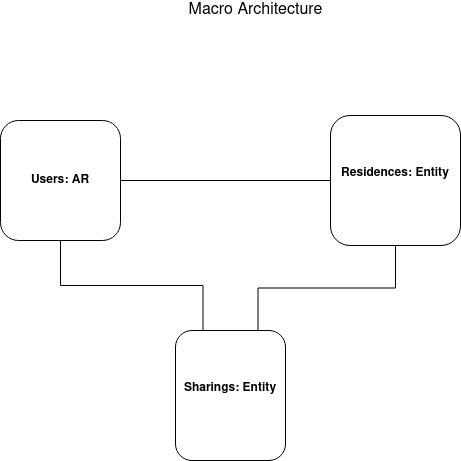
Above: macro-architecture.png in PW-IDP/pw-backend (draw.io), before the change. Source tidied: cells renumbered, new cells last; positions are measured from the earlier drawing's top-left corner, leaving out a move shared by most shapes. Its diagram source:
```xml
<mxGraphModel>
  <root>
    <mxCell id="0" />
    <mxCell id="1" parent="0" />
    <mxCell id="2" style="edgeStyle=orthogonalEdgeStyle;rounded=0;jettySize=auto;html=1;exitX=0.5;exitY=1;exitDx=0;exitDy=0;entryX=0.25;entryY=0;entryDx=0;entryDy=0;endArrow=none;endFill=0;startArrow=none;startFill=0;" parent="1" edge="1" source="4" target="7">
      <mxGeometry relative="1" as="geometry" />
    </mxCell>
    <mxCell id="3" style="edgeStyle=orthogonalEdgeStyle;rounded=0;jettySize=auto;html=1;exitX=1;exitY=0.5;exitDx=0;exitDy=0;entryX=0;entryY=0.5;entryDx=0;entryDy=0;fontColor=#3333FF;startArrow=none;startFill=0;endArrow=none;endFill=0;" parent="1" edge="1" source="4" target="6">
      <mxGeometry relative="1" as="geometry" />
    </mxCell>
    <mxCell id="4" value="&lt;b&gt;Users: AR&lt;/b&gt;&lt;br&gt;" style="rounded=1;whiteSpace=wrap;html=1;" parent="1" vertex="1">
      <mxGeometry y="120" width="120" height="120" as="geometry" />
    </mxCell>
    <mxCell id="5" style="edgeStyle=orthogonalEdgeStyle;rounded=0;jettySize=auto;html=1;exitX=0.5;exitY=1;exitDx=0;exitDy=0;entryX=0.75;entryY=0;entryDx=0;entryDy=0;endArrow=none;endFill=0;startArrow=none;startFill=0;jumpSize=18;" parent="1" edge="1" source="6" target="7">
      <mxGeometry relative="1" as="geometry" />
    </mxCell>
    <mxCell id="6" value="&lt;div&gt;&lt;b&gt;Residences: Entity&lt;/b&gt;&lt;br&gt;&lt;/div&gt;&lt;div&gt;&lt;font color=&quot;#3333FF&quot;&gt;&lt;br&gt;&lt;/font&gt;&lt;/div&gt;" style="rounded=1;whiteSpace=wrap;html=1;" parent="1" vertex="1">
      <mxGeometry x="330" y="115" width="130" height="130" as="geometry" />
    </mxCell>
    <mxCell id="7" value="&lt;div&gt;&lt;b&gt;Sharings: Entity&lt;br&gt;&lt;/b&gt;&lt;/div&gt;&lt;div&gt;&lt;br&gt;&lt;/div&gt;" style="rounded=1;whiteSpace=wrap;html=1;" parent="1" vertex="1">
      <mxGeometry x="175" y="330" width="110" height="130" as="geometry" />
    </mxCell>
    <mxCell id="8" value="&lt;font style=&quot;font-size: 16px;&quot;&gt;Macro Architecture&lt;/font&gt;" style="text;html=1;align=center;verticalAlign=middle;strokeColor=none;fillColor=none;" parent="1" vertex="1">
      <mxGeometry x="180" width="150" height="20" as="geometry" />
    </mxCell>
  </root>
</mxGraphModel>
```
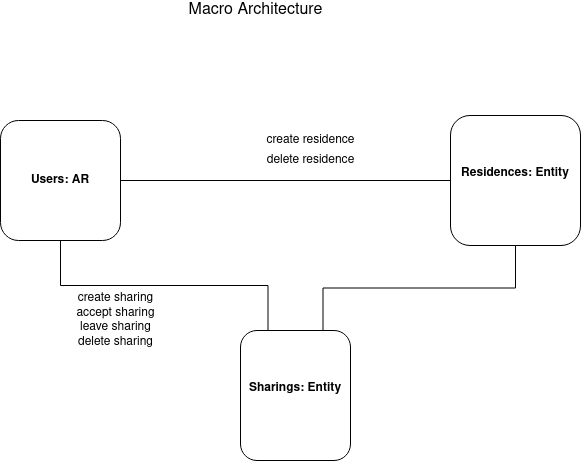
The same file after the commit.

Change to the diagram source:
```diff
@@ -15,13 +15,22 @@
       <mxGeometry relative="1" as="geometry" />
     </mxCell>
     <mxCell id="6" value="&lt;div&gt;&lt;b&gt;Residences: Entity&lt;/b&gt;&lt;br&gt;&lt;/div&gt;&lt;div&gt;&lt;font color=&quot;#3333FF&quot;&gt;&lt;br&gt;&lt;/font&gt;&lt;/div&gt;" style="rounded=1;whiteSpace=wrap;html=1;" parent="1" vertex="1">
-      <mxGeometry x="330" y="115" width="130" height="130" as="geometry" />
+      <mxGeometry x="450" y="115" width="130" height="130" as="geometry" />
     </mxCell>
     <mxCell id="7" value="&lt;div&gt;&lt;b&gt;Sharings: Entity&lt;br&gt;&lt;/b&gt;&lt;/div&gt;&lt;div&gt;&lt;br&gt;&lt;/div&gt;" style="rounded=1;whiteSpace=wrap;html=1;" parent="1" vertex="1">
-      <mxGeometry x="175" y="330" width="110" height="130" as="geometry" />
+      <mxGeometry x="240" y="330" width="110" height="130" as="geometry" />
     </mxCell>
     <mxCell id="8" value="&lt;font style=&quot;font-size: 16px;&quot;&gt;Macro Architecture&lt;/font&gt;" style="text;html=1;align=center;verticalAlign=middle;strokeColor=none;fillColor=none;" parent="1" vertex="1">
       <mxGeometry x="180" width="150" height="20" as="geometry" />
     </mxCell>
+    <mxCell id="9" value="create residence" style="text;html=1;align=center;verticalAlign=middle;strokeColor=none;fillColor=none;" parent="1" vertex="1">
+      <mxGeometry x="260" y="130" width="100" height="20" as="geometry" />
+    </mxCell>
+    <mxCell id="10" value="delete residence" style="text;html=1;align=center;verticalAlign=middle;strokeColor=none;fillColor=none;" parent="1" vertex="1">
+      <mxGeometry x="260" y="150" width="100" height="20" as="geometry" />
+    </mxCell>
+    <mxCell id="11" value="create sharing&lt;br&gt;accept sharing &lt;br&gt;leave sharing&lt;br&gt;delete sharing" style="text;html=1;align=center;verticalAlign=middle;strokeColor=none;fillColor=none;" parent="1" vertex="1">
+      <mxGeometry x="70" y="290" width="90" height="60" as="geometry" />
+    </mxCell>
   </root>
 </mxGraphModel>
```
